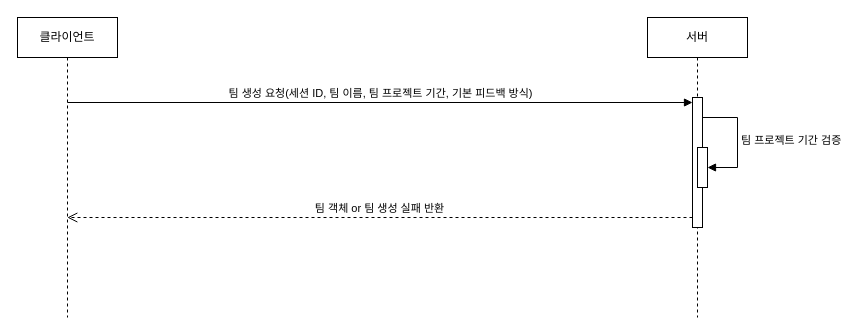
This is page "팀 생성 SD" (1 of 8) of docs/팀 관리/팀 관리 SD.drawio from vvsos1/Team5-EQUUS-N, a draw.io file, before an edit. Source tidied: cells renumbered, new cells numbered last; positions are measured from the earlier drawing's top-left corner, leaving out a move shared by most shapes. Both pictures are drawn from the tidied source at 100%, with x=0, y=0 at pixel (17, 17).
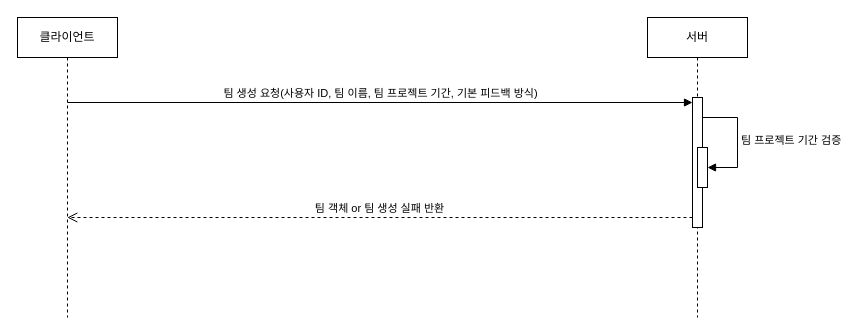
The same page after the edit.

Diff of the diagram source:
```diff
@@
 <mxGraphModel>
   <root>
     <mxCell id="0" />
     <mxCell id="1" parent="0" />
     <mxCell id="2" value="클라이언트" style="shape=umlLifeline;perimeter=lifelinePerimeter;whiteSpace=wrap;html=1;newEdgeStyle={&quot;curved&quot;:0,&quot;rounded&quot;:0};" parent="1" vertex="1">
       <mxGeometry width="100" height="300" as="geometry" />
     </mxCell>
     <mxCell id="3" value="서버" style="shape=umlLifeline;perimeter=lifelinePerimeter;whiteSpace=wrap;html=1;newEdgeStyle={&quot;curved&quot;:0,&quot;rounded&quot;:0};" parent="1" vertex="1">
       <mxGeometry x="630" width="100" height="300" as="geometry" />
     </mxCell>
     <mxCell id="4" style="html=1;points=[[0,0,0,0,5],[0,1,0,0,-5],[1,0,0,0,5],[1,1,0,0,-5]];perimeter=orthogonalPerimeter;outlineConnect=0;targetShapes=umlLifeline;portConstraint=eastwest;newEdgeStyle={&quot;curved&quot;:0,&quot;rounded&quot;:0};" parent="3" vertex="1">
       <mxGeometry x="45" y="80" width="10" height="130" as="geometry" />
     </mxCell>
     <mxCell id="5" value="팀 프로젝트 기간 검증" style="html=1;align=left;spacingLeft=2;endArrow=block;rounded=0;edgeStyle=orthogonalEdgeStyle;curved=0;rounded=0;" parent="3" edge="1" source="4" target="6">
       <mxGeometry relative="1" as="geometry">
         <Array as="points">
           <mxPoint x="90" y="100" />
           <mxPoint x="90" y="150" />
         </Array>
       </mxGeometry>
     </mxCell>
     <mxCell id="6" style="html=1;points=[[0,0,0,0,5],[0,1,0,0,-5],[1,0,0,0,5],[1,1,0,0,-5]];perimeter=orthogonalPerimeter;outlineConnect=0;targetShapes=umlLifeline;portConstraint=eastwest;newEdgeStyle={&quot;curved&quot;:0,&quot;rounded&quot;:0};" parent="3" vertex="1">
       <mxGeometry x="50" y="130" width="10" height="40" as="geometry" />
     </mxCell>
-    <mxCell id="7" value="팀 생성 요청(세션 ID, 팀 이름, 팀 프로젝트 기간, 기본 피드백 방식)" style="html=1;verticalAlign=bottom;endArrow=block;curved=0;rounded=0;entryX=0;entryY=0;entryDx=0;entryDy=5;" parent="1" edge="1" target="4">
+    <mxCell id="7" value="팀 생성 요청(사용자 ID, 팀 이름, 팀 프로젝트 기간, 기본 피드백 방식)" style="html=1;verticalAlign=bottom;endArrow=block;curved=0;rounded=0;entryX=0;entryY=0;entryDx=0;entryDy=5;" parent="1" edge="1" target="4">
       <mxGeometry relative="1" as="geometry">
         <mxPoint x="50" y="85" as="sourcePoint" />
       </mxGeometry>
     </mxCell>
     <mxCell id="8" value="팀 객체 or 팀 생성 실패 반환" style="html=1;verticalAlign=bottom;endArrow=open;dashed=1;endSize=8;curved=0;rounded=0;exitX=0;exitY=1;exitDx=0;exitDy=-5;" parent="1" edge="1">
       <mxGeometry relative="1" as="geometry">
         <mxPoint x="675" y="200" as="sourcePoint" />
         <mxPoint x="49.8" y="200" as="targetPoint" />
       </mxGeometry>
     </mxCell>
   </root>
 </mxGraphModel>
```
